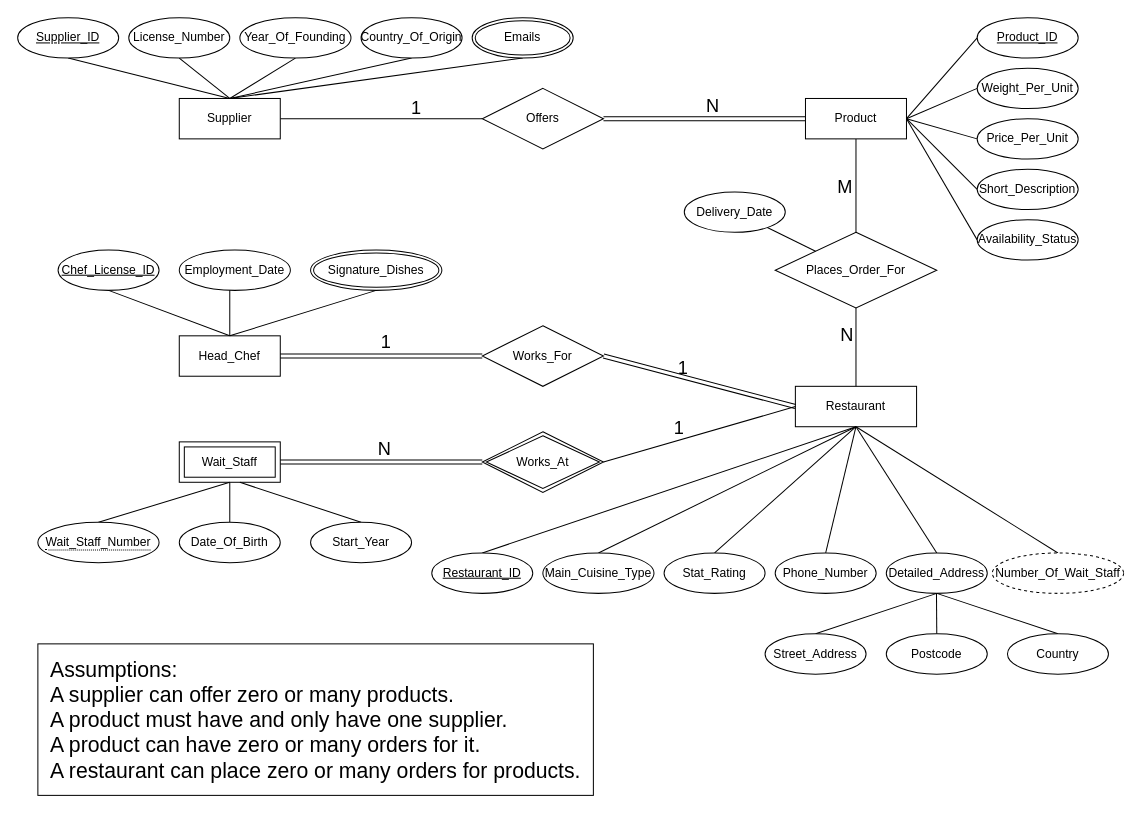
Jack-UNSW/ohmyzsh keeps this draw.io diagram as Untitled Diagram.drawio. Above is the earlier version. Source tidied: cells renumbered, new cells numbered last; positions are measured from the earlier drawing's top-left corner, leaving out a move shared by most shapes. Both pictures are drawn from the tidied source at 101%, with x=0, y=0 at pixel (17, 17).
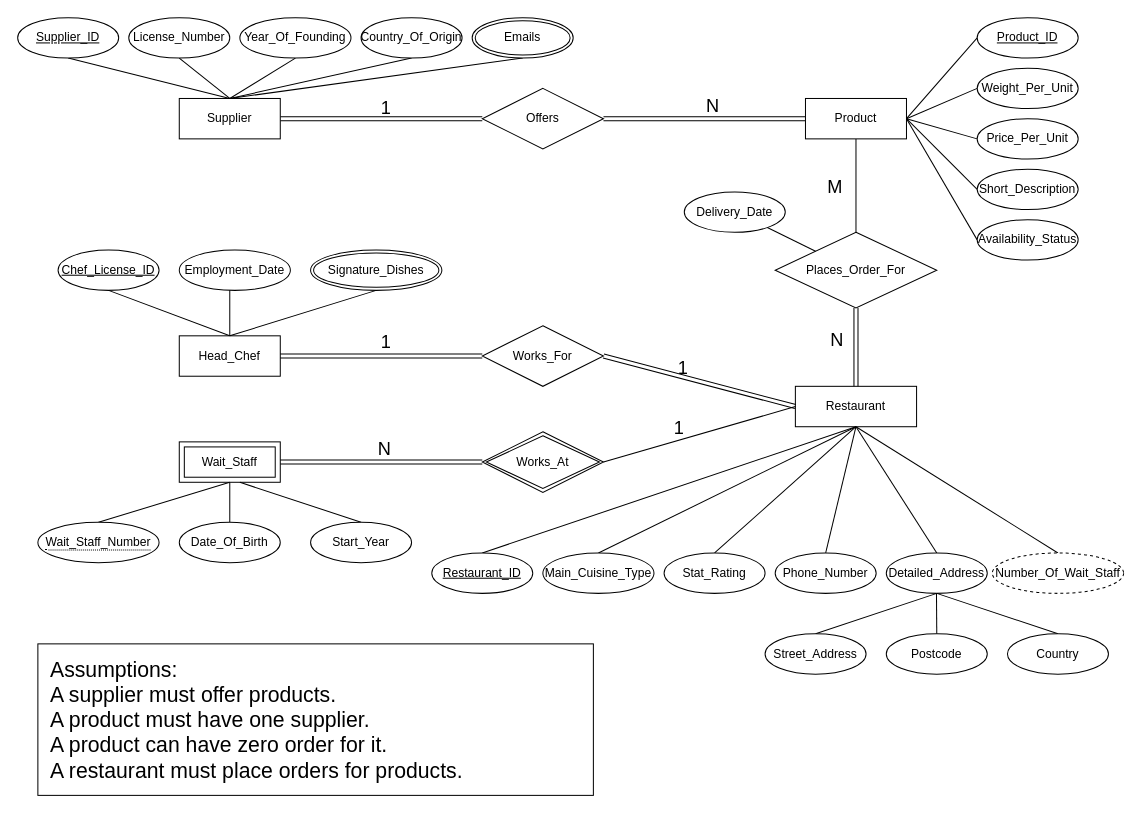
After the change.

The change refers to these unchanged cells:
```xml
<mxCell id="5" value="Supplier" style="whiteSpace=wrap;html=1;align=center;" parent="1" vertex="1">
  <mxGeometry x="160" y="80" width="100" height="40" as="geometry" />
</mxCell>
<mxCell id="29" value="Restaurant" style="whiteSpace=wrap;html=1;align=center;" parent="1" vertex="1">
  <mxGeometry x="770" y="365" width="120" height="40" as="geometry" />
</mxCell>
<mxCell id="31" value="Offers" style="shape=rhombus;perimeter=rhombusPerimeter;whiteSpace=wrap;html=1;align=center;" parent="1" vertex="1">
  <mxGeometry x="460" y="70" width="120" height="60" as="geometry" />
</mxCell>
<mxCell id="41" value="Places_Order_For" style="shape=rhombus;perimeter=rhombusPerimeter;whiteSpace=wrap;html=1;align=center;" parent="1" vertex="1">
  <mxGeometry x="750" y="212.5" width="160" height="75" as="geometry" />
</mxCell>
```

What changed in the source:
```diff
@@
-    <mxCell id="4" style="rounded=0;jettySize=auto;html=1;exitX=1;exitY=0.5;exitDx=0;exitDy=0;entryX=0;entryY=0.5;entryDx=0;entryDy=0;endArrow=none;endFill=0;" parent="1" edge="1" source="5" target="31">
+    <mxCell id="4" style="rounded=0;jettySize=auto;html=1;exitX=1;exitY=0.5;exitDx=0;exitDy=0;entryX=0;entryY=0.5;entryDx=0;entryDy=0;endArrow=none;endFill=0;shape=link;" parent="1" edge="1" source="5" target="31">
       <mxGeometry relative="1" as="geometry" />
     </mxCell>
@@
-    <mxCell id="65" style="endArrow=none;html=1;rounded=0;exitX=0.5;exitY=1;exitDx=0;exitDy=0;entryX=0.5;entryY=0;entryDx=0;entryDy=0;" parent="1" edge="1" source="41" target="29">
+    <mxCell id="65" style="endArrow=none;html=1;rounded=0;exitX=0.5;exitY=1;exitDx=0;exitDy=0;entryX=0.5;entryY=0;entryDx=0;entryDy=0;shape=link;" parent="1" edge="1" source="41" target="29">
       <mxGeometry relative="1" as="geometry" />
     </mxCell>
     <mxCell id="66" value="M" style="html=1;align=left;verticalAlign=bottom;fontSize=18;" parent="65" vertex="1">
       <mxGeometry x="-1" relative="1" as="geometry">
-        <mxPoint x="-20" y="-107" as="offset" />
+        <mxPoint x="-30" y="-107" as="offset" />
       </mxGeometry>
     </mxCell>
@@
-    <mxCell id="75" value="N" style="html=1;align=right;verticalAlign=bottom;fontSize=18;" parent="1" vertex="1">
-      <mxGeometry x="810" y="330" as="geometry">
+    <mxCell id="75" value="N" style="html=1;align=right;verticalAlign=bottom;fontSize=18;direction=south;" parent="1" vertex="1">
+      <mxGeometry x="800" y="335" as="geometry">
         <mxPoint x="18" y="-2" as="offset" />
       </mxGeometry>
     </mxCell>
     <mxCell id="76" value="1" style="html=1;align=right;verticalAlign=bottom;fontSize=18;" parent="1" vertex="1">
-      <mxGeometry x="350" y="240" as="geometry">
+      <mxGeometry x="320" y="240" as="geometry">
         <mxPoint x="50" y="-137" as="offset" />
       </mxGeometry>
     </mxCell>
@@
-    <mxCell id="79" value="&lt;span&gt;&amp;nbsp; Assumptions:&amp;nbsp;&lt;/span&gt;&lt;br&gt;&lt;span&gt;&amp;nbsp; A supplier can offer zero or many products.&lt;/span&gt;&lt;br&gt;&lt;span&gt;&amp;nbsp; A product must have and only have one supplier.&lt;br&gt;&lt;/span&gt;&amp;nbsp; A product can have zero or many orders for it.&lt;br&gt;&lt;span&gt;&amp;nbsp; A restaurant can place zero or many orders for products.&lt;/span&gt;" style="rounded=0;whiteSpace=wrap;html=1;fontSize=21;align=left;" parent="1" vertex="1">
+    <mxCell id="79" value="&lt;span&gt;&amp;nbsp; Assumptions:&amp;nbsp;&lt;/span&gt;&lt;br&gt;&lt;span&gt;&amp;nbsp; A supplier must offer products.&lt;/span&gt;&lt;br&gt;&lt;span&gt;&amp;nbsp; A product must have one supplier.&lt;br&gt;&lt;/span&gt;&amp;nbsp; A product can have zero order for it.&lt;br&gt;&lt;span&gt;&amp;nbsp; A restaurant must place orders for products.&lt;/span&gt;" style="rounded=0;whiteSpace=wrap;html=1;fontSize=21;align=left;" parent="1" vertex="1">
       <mxGeometry x="20" y="620" width="550" height="150" as="geometry" />
     </mxCell>
```
